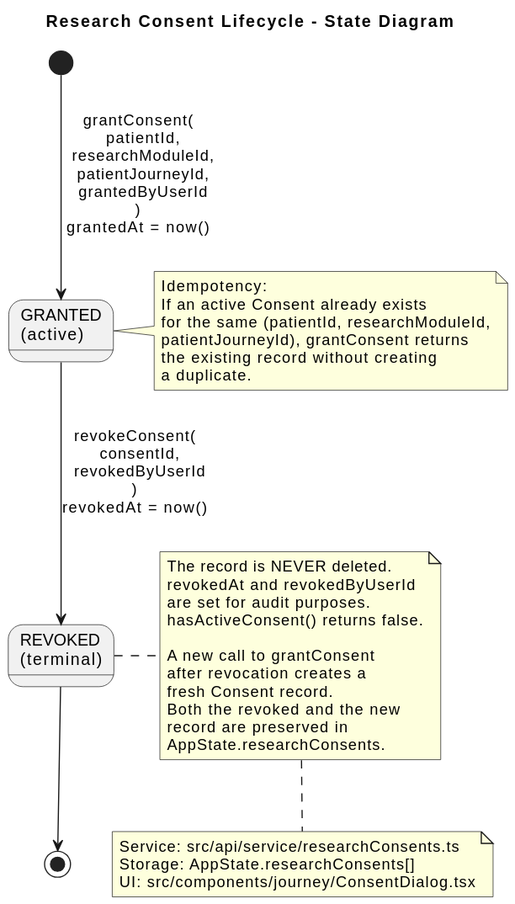
Above: docs/diagrams/research-consent-lifecycle.svg in gforge/DUK (PlantUML), before the change.
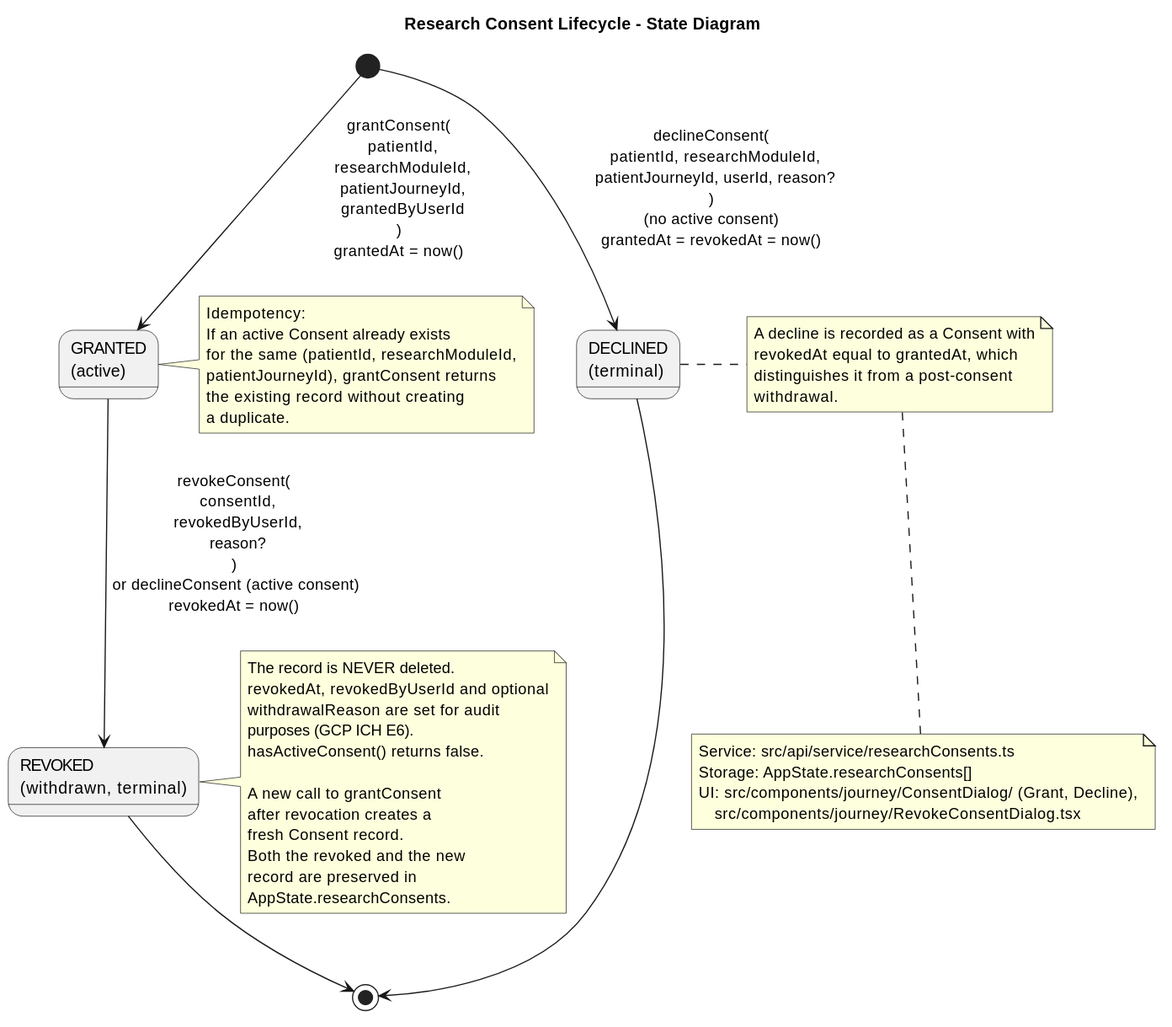
Above is the later version.

Change to the diagram source:
```diff
@@ -3,13 +3,17 @@
 title Research Consent Lifecycle - State Diagram
 
 state "GRANTED\n(active)" as GRANTED
-state "REVOKED\n(terminal)" as REVOKED
+state "REVOKED\n(withdrawn, terminal)" as REVOKED
+state "DECLINED\n(terminal)" as DECLINED
 
 [*] --> GRANTED : grantConsent(\n  patientId,\n  researchModuleId,\n  patientJourneyId,\n  grantedByUserId\n)\ngrantedAt = now()
 
-GRANTED --> REVOKED : revokeConsent(\n  consentId,\n  revokedByUserId\n)\nrevokedAt = now()
+[*] --> DECLINED : declineConsent(\n  patientId, researchModuleId,\n  patientJourneyId, userId, reason?\n)\n(no active consent)\ngrantedAt = revokedAt = now()
+
+GRANTED --> REVOKED : revokeConsent(\n  consentId,\n  revokedByUserId,\n  reason?\n)\n or declineConsent (active consent)\nrevokedAt = now()
 
 REVOKED --> [*]
+DECLINED --> [*]
 
 note right of GRANTED
   Idempotency:
@@ -22,8 +26,9 @@
 
 note right of REVOKED
   The record is NEVER deleted.
-  revokedAt and revokedByUserId
-  are set for audit purposes.
+  revokedAt, revokedByUserId and optional
+  withdrawalReason are set for audit
+  purposes (GCP ICH E6).
   hasActiveConsent() returns false.
 
   A new call to grantConsent
@@ -34,9 +39,17 @@
   AppState.researchConsents.
 end note
 
+note right of DECLINED
+  A decline is recorded as a Consent with
+  revokedAt equal to grantedAt, which
+  distinguishes it from a post-consent
+  withdrawal.
+end note
+
 note bottom
   Service: src/api/service/researchConsents.ts
   Storage: AppState.researchConsents[]
-  UI: src/components/journey/ConsentDialog.tsx
+  UI: src/components/journey/ConsentDialog/ (Grant, Decline),
+      src/components/journey/RevokeConsentDialog.tsx
 end note
 @enduml
```
